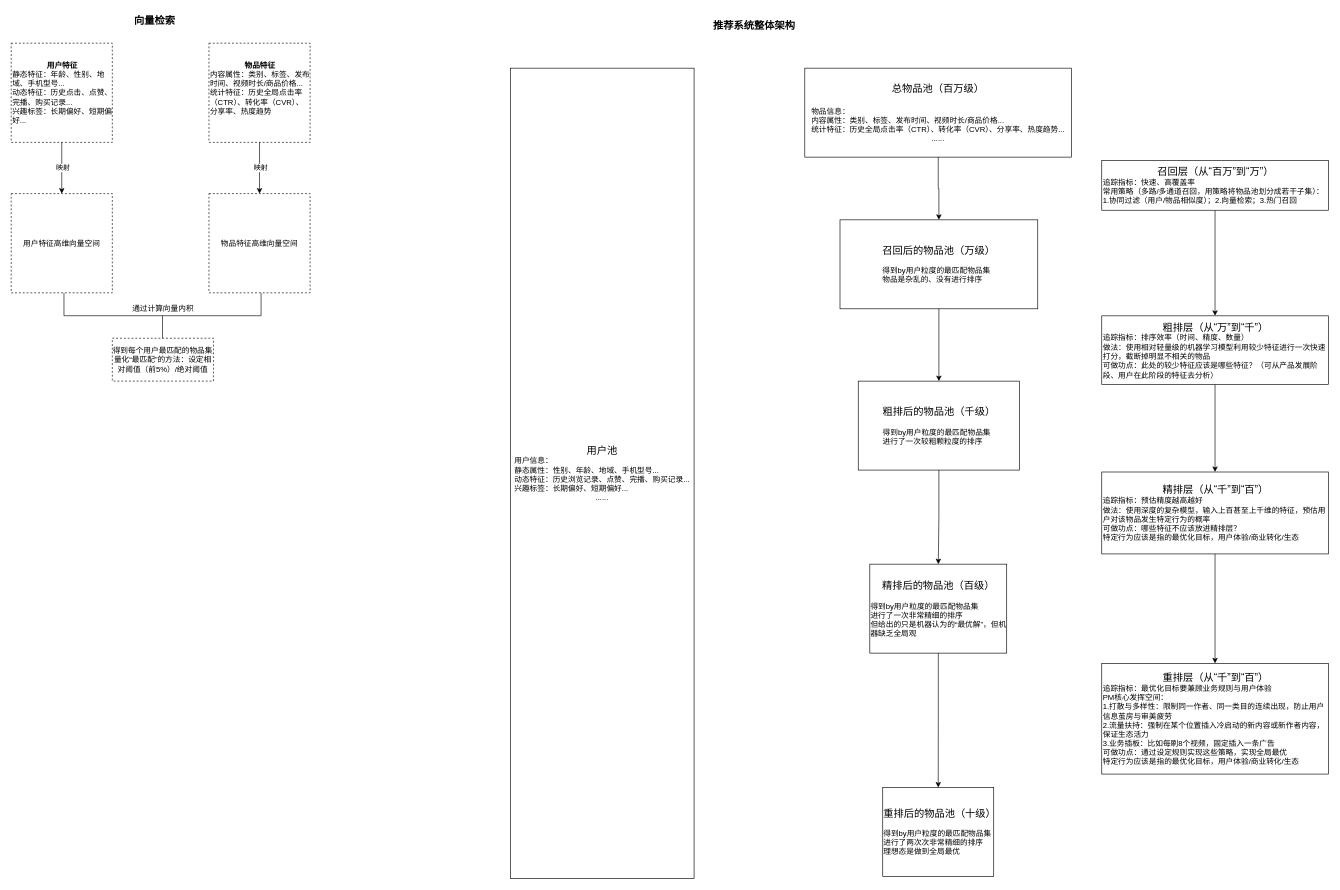
zoeyhuu/First-Project keeps this draw.io diagram as 向量检索.drawio. Above is the earlier version. Source tidied: cells renumbered, new cells numbered last; positions are measured from the earlier drawing's top-left corner, leaving out a move shared by most shapes. Both pictures are drawn from the tidied source at 64%, with x=0, y=0 at pixel (11, 11).
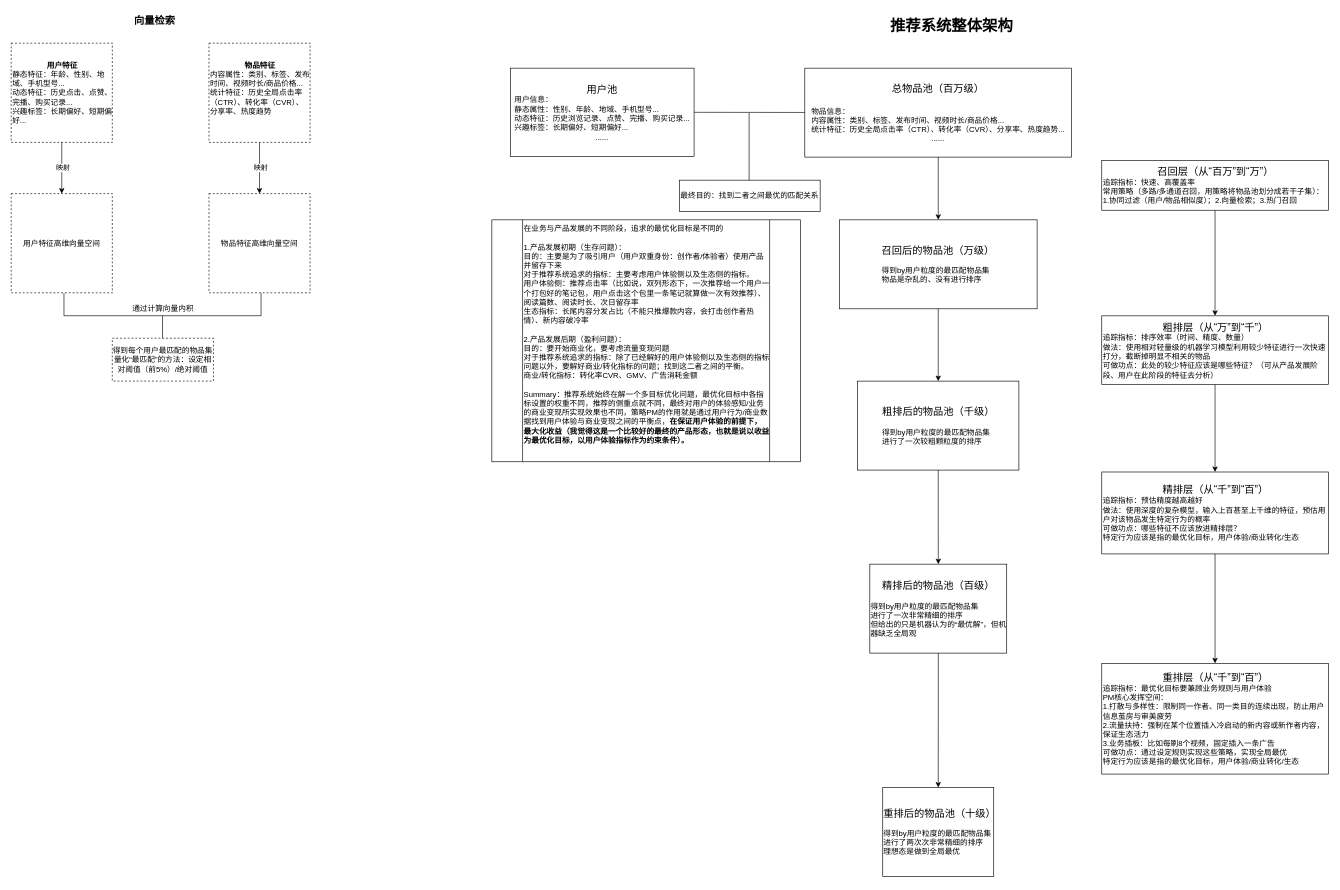
After the change.

Commit message:
更新向量检索.drawio

The change refers to these unchanged cells:
```xml
<mxCell id="17" value="&lt;font style=&quot;font-size: 16px;&quot;&gt;总物品池（百万级）&lt;/font&gt;&lt;div&gt;&lt;span style=&quot;font-size: 16px;&quot;&gt;&lt;br&gt;&lt;/span&gt;&lt;div style=&quot;text-align: left;&quot;&gt;物品信息：&lt;/div&gt;&lt;div style=&quot;text-align: left;&quot;&gt;内容属性：类别、标签、发布时间、视频时长/商品价格...&lt;/div&gt;&lt;div style=&quot;text-align: left;&quot;&gt;统计特征：历史全局点击率（CTR）、转化率（CVR）、分享率、热度趋势...&lt;/div&gt;&lt;div&gt;......&lt;/div&gt;&lt;/div&gt;" style="rounded=0;whiteSpace=wrap;html=1;fillColor=none;" parent="1" vertex="1">
  <mxGeometry x="1240" y="89" width="417" height="139" as="geometry" />
</mxCell>
```

Change to the diagram source:
```diff
@@
-    <mxCell id="14" value="&lt;font style=&quot;font-size: 16px;&quot;&gt;&lt;b&gt;推荐系统整体架构&lt;/b&gt;&lt;/font&gt;" style="text;html=1;whiteSpace=wrap;strokeColor=none;fillColor=none;align=center;verticalAlign=middle;rounded=0;" parent="1" vertex="1">
-      <mxGeometry x="1058" y="8" width="206" height="30" as="geometry" />
+    <mxCell id="14" value="&lt;font style=&quot;font-size: 24px;&quot;&gt;&lt;b style=&quot;&quot;&gt;推荐系统整体架构&lt;/b&gt;&lt;/font&gt;" style="text;html=1;whiteSpace=wrap;strokeColor=none;fillColor=none;align=center;verticalAlign=middle;rounded=0;" parent="1" vertex="1">
+      <mxGeometry x="1337" width="265" height="45" as="geometry" />
     </mxCell>
+    <mxCell id="32" style="rounded=0;jettySize=auto;html=1;exitX=1;exitY=0.5;exitDx=0;exitDy=0;endArrow=none;endFill=0;" parent="1" edge="1" source="15" target="17">
+      <mxGeometry relative="1" as="geometry" />
+    </mxCell>
     <mxCell id="15" value="&lt;font style=&quot;font-size: 16px;&quot;&gt;用户池&lt;/font&gt;&lt;div style=&quot;text-align: left;&quot;&gt;用户信息：&lt;/div&gt;&lt;div style=&quot;text-align: left;&quot;&gt;静态属性：性别、年龄、地域、手机型号...&lt;/div&gt;&lt;div style=&quot;text-align: left;&quot;&gt;动态特征：历史浏览记录、点赞、完播、购买记录...&lt;/div&gt;&lt;div style=&quot;text-align: left;&quot;&gt;兴趣标签：长期偏好、短期偏好...&lt;/div&gt;&lt;div&gt;......&lt;/div&gt;" style="rounded=0;whiteSpace=wrap;html=1;fillColor=none;" parent="1" vertex="1">
-      <mxGeometry x="780" y="89" width="287" height="1266" as="geometry" />
+      <mxGeometry x="780" y="89" width="287" height="138" as="geometry" />
     </mxCell>
@@
     <mxCell id="19" value="&lt;font style=&quot;font-size: 16px;&quot;&gt;召回后的物品池（万级）&lt;/font&gt;&lt;div&gt;&lt;div&gt;&lt;br&gt;&lt;div style=&quot;text-align: left;&quot;&gt;得到by用户粒度的最匹配物品集&lt;/div&gt;&lt;/div&gt;&lt;/div&gt;&lt;div style=&quot;text-align: left;&quot;&gt;物品是杂乱的、没有进行排序&lt;/div&gt;" style="rounded=0;whiteSpace=wrap;html=1;fillColor=none;" parent="1" vertex="1">
-      <mxGeometry x="1295" y="326" width="309" height="139" as="geometry" />
+      <mxGeometry x="1294" y="326" width="309" height="139" as="geometry" />
     </mxCell>
@@
     <mxCell id="23" value="&lt;font style=&quot;font-size: 16px;&quot;&gt;粗排后的物品池（千级）&lt;/font&gt;&lt;div&gt;&lt;div&gt;&lt;br&gt;&lt;div style=&quot;text-align: left;&quot;&gt;得到by用户粒度的最匹配物品集&lt;/div&gt;&lt;/div&gt;&lt;/div&gt;&lt;div style=&quot;text-align: left;&quot;&gt;进行了一次较粗颗粒度的排序&lt;/div&gt;" style="rounded=0;whiteSpace=wrap;html=1;fillColor=none;" parent="1" vertex="1">
-      <mxGeometry x="1323.5" y="578" width="252" height="139" as="geometry" />
+      <mxGeometry x="1322.5" y="578" width="252" height="139" as="geometry" />
     </mxCell>
@@
+    <mxCell id="33" style="endArrow=none;html=1;rounded=0;" parent="1" edge="1">
+      <mxGeometry relative="1" as="geometry">
+        <mxPoint x="1153" y="265" as="sourcePoint" />
+        <mxPoint x="1153" y="159" as="targetPoint" />
+      </mxGeometry>
+    </mxCell>
+    <mxCell id="34" value="最终目的：找到二者之间最优的匹配关系" style="rounded=0;whiteSpace=wrap;html=1;" parent="1" vertex="1">
+      <mxGeometry x="1044" y="264" width="220" height="49" as="geometry" />
+    </mxCell>
+    <mxCell id="35" value="&lt;div&gt;在业务与产品发展的不同阶段，追求的最优化目标是不同的&lt;/div&gt;&lt;div&gt;&lt;br&gt;&lt;/div&gt;&lt;div&gt;1.产品发展初期（生存问题）：&lt;/div&gt;&lt;div&gt;目的：主要是为了吸引用户（用户双重身份：创作者/体验者）使用产品并留存下来&lt;/div&gt;&lt;div&gt;对于推荐系统追求的指标：主要考虑用户体验侧以及生态侧的指标。&lt;/div&gt;&lt;div&gt;用户体验侧：推荐点击率（比如说，双列形态下，一次推荐给一个用户一个打包好的笔记包，用户点击这个包里一条笔记就算做一次有效推荐）、阅读篇数、阅读时长、次日留存率&lt;/div&gt;&lt;div&gt;生态指标：长尾内容分发占比（不能只推爆款内容，会打击创作者热情）、新内容破冷率&lt;/div&gt;&lt;div&gt;&lt;br&gt;&lt;/div&gt;&lt;div&gt;2.产品发展后期（盈利问题）：&lt;/div&gt;&lt;div&gt;目的：要开始商业化，要考虑流量变现问题&lt;/div&gt;&lt;div&gt;对于推荐系统追求的指标：除了已经解好的用户体验侧以及生态侧的指标问题以外，要解好商业/转化指标的问题；找到这二者之间的平衡。&lt;/div&gt;&lt;div&gt;商业/转化指标：转化率CVR、GMV、广告消耗金额&lt;/div&gt;&lt;div&gt;&lt;br&gt;&lt;/div&gt;&lt;div&gt;Summary：推荐系统始终在解一个多目标优化问题，最优化目标中各指标设置的权重不同，推荐的侧重点就不同，最终对用户的体验感知/业务的商业变现所实现效果也不同，策略PM的作用就是通过用户行为/商业数据找到用户体验与商业变现之间的平衡点，&lt;b&gt;在保证用户体验的前提下，最大化收益（我觉得这是一个比较好的最终的产品形态，也就是说以收益为最优化目标，以用户体验指标作为约束条件）。&lt;/b&gt;&lt;/div&gt;&lt;div&gt;&lt;br&gt;&lt;/div&gt;" style="shape=process;whiteSpace=wrap;html=1;backgroundOutline=1;fillColor=none;align=left;verticalAlign=top;" parent="1" vertex="1">
+      <mxGeometry x="751" y="326" width="482" height="378" as="geometry" />
+    </mxCell>
```
